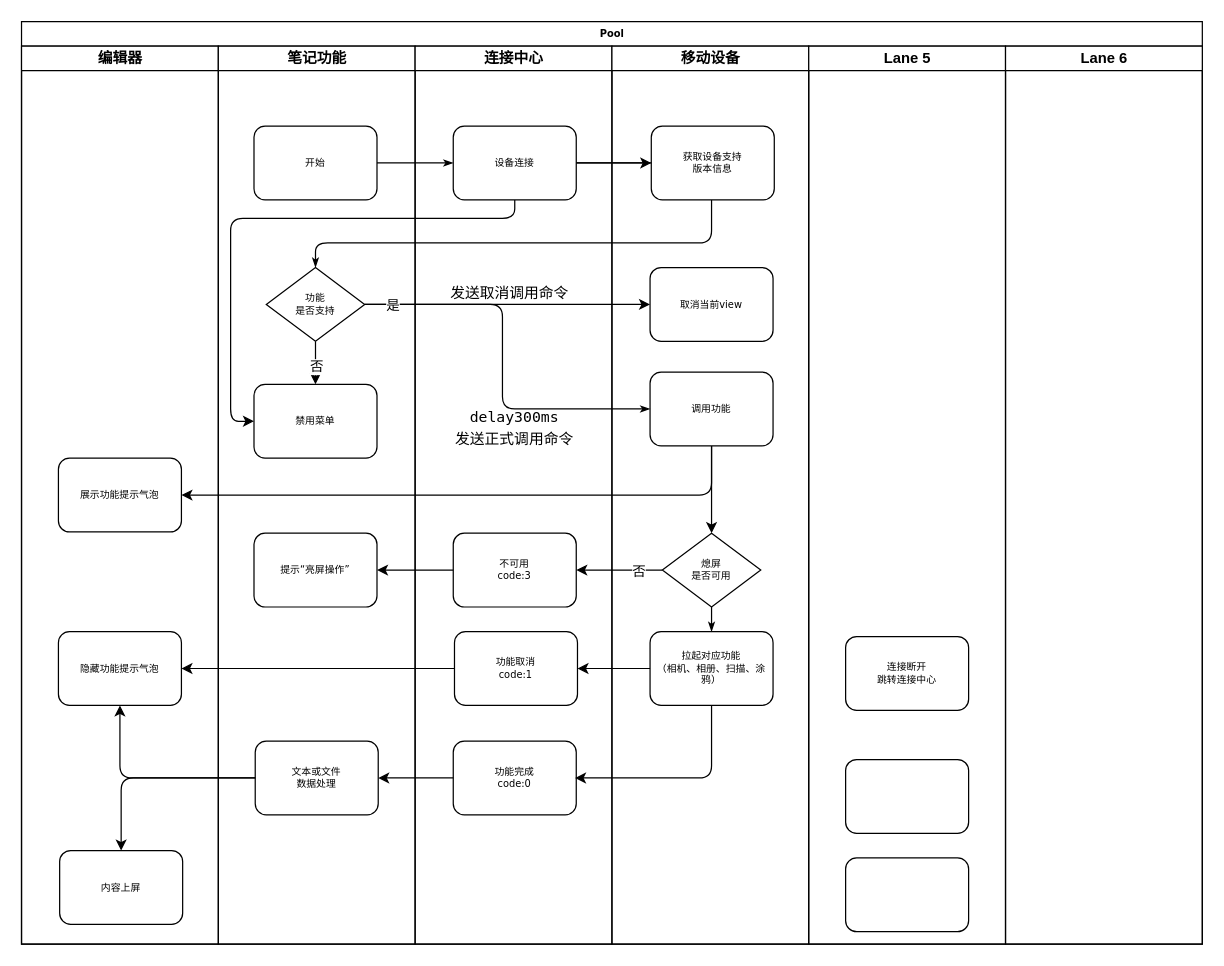
The draw.io diagram 设备调用流程.drawio in FElxy/notes, before the edit. Source tidied: cells renumbered, new cells numbered last; positions are measured from the earlier drawing's top-left corner, leaving out a move shared by most shapes. Both pictures are drawn from the tidied source at 123%, with x=0, y=0 at pixel (21, 21).
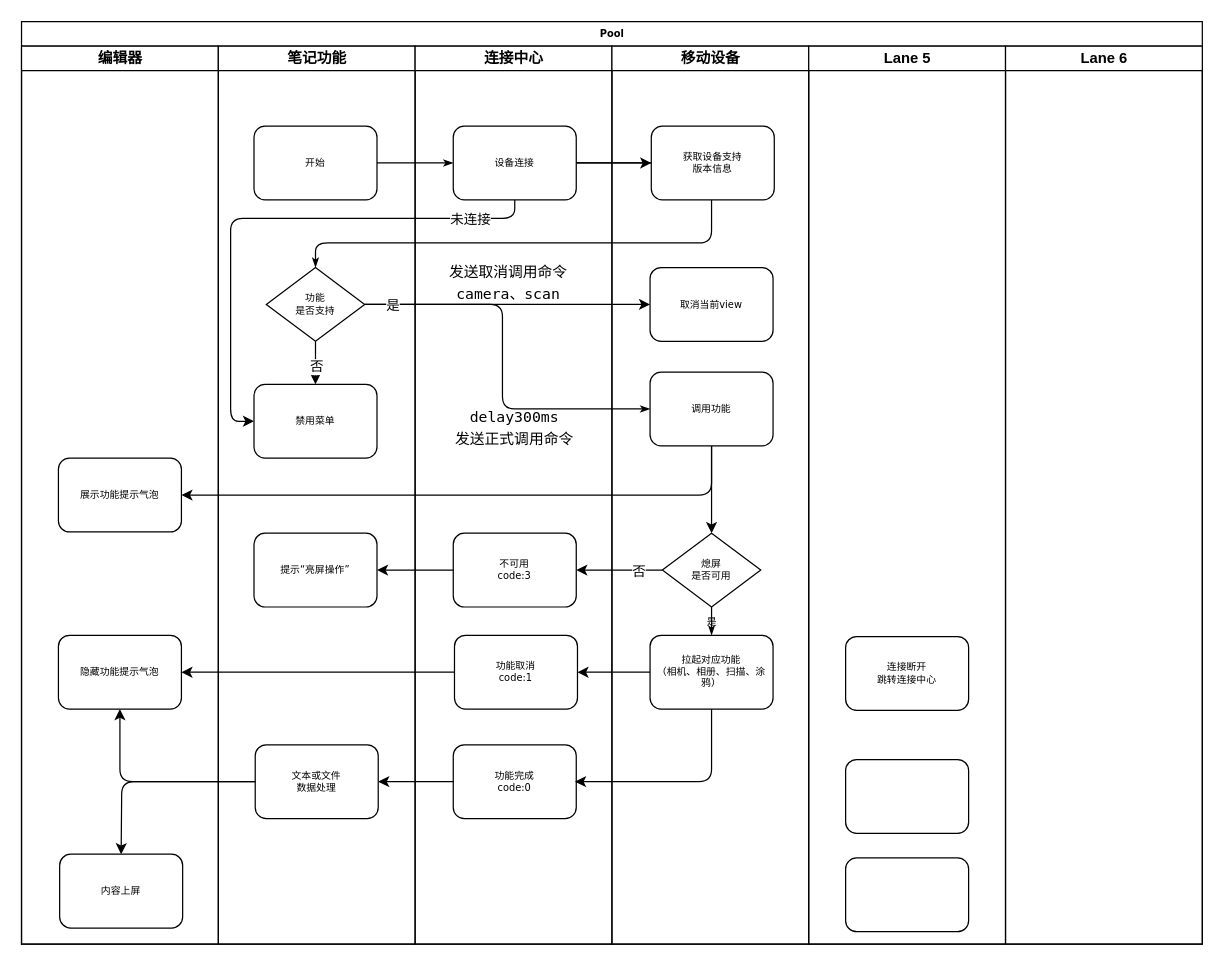
The same diagram, later.

Commit message:
更新设备调用流程.drawio

The change refers to these unchanged cells:
```xml
<mxCell id="2" value="Pool" style="swimlane;html=1;startSize=20;rounded=0;shadow=0;labelBackgroundColor=none;strokeWidth=1;fontFamily=Verdana;fontSize=8;align=center;" parent="1" vertex="1">
  <mxGeometry width="960" height="750" as="geometry" />
</mxCell>
<mxCell id="3" value="编辑器" style="swimlane;html=1;startSize=20;" parent="2" vertex="1">
  <mxGeometry y="20" width="160" height="730" as="geometry" />
</mxCell>
<mxCell id="7" value="笔记功能" style="swimlane;html=1;startSize=20;" parent="2" vertex="1">
  <mxGeometry x="160" y="20" width="160" height="730" as="geometry" />
</mxCell>
<mxCell id="10" value="连接中心" style="swimlane;html=1;startSize=20;" parent="2" vertex="1">
  <mxGeometry x="320" y="20" width="160" height="730" as="geometry" />
</mxCell>
<mxCell id="14" value="移动设备" style="swimlane;html=1;startSize=20;" parent="2" vertex="1">
  <mxGeometry x="480" y="20" width="160" height="730" as="geometry" />
</mxCell>
<mxCell id="29" value="熄屏&lt;br&gt;是否可用" style="rhombus;whiteSpace=wrap;html=1;rounded=0;shadow=0;labelBackgroundColor=none;strokeWidth=1;fontFamily=Verdana;fontSize=8;align=center;" parent="14" vertex="1">
  <mxGeometry x="41" y="396" width="80" height="60" as="geometry" />
</mxCell>
<mxCell id="51" style="edgeStyle=orthogonalEdgeStyle;rounded=1;jettySize=auto;html=1;exitX=0.5;exitY=1;exitDx=0;exitDy=0;" parent="2" edge="1" source="20" target="9">
  <mxGeometry relative="1" as="geometry">
    <Array as="points">
      <mxPoint x="401" y="160" />
      <mxPoint x="170" y="160" />
      <mxPoint x="170" y="325" />
    </Array>
  </mxGeometry>
</mxCell>
```

The edit, as a diff of the source:
```diff
@@
     <mxCell id="5" value="隐藏功能提示气泡" style="rounded=1;whiteSpace=wrap;html=1;shadow=0;labelBackgroundColor=none;strokeWidth=1;fontFamily=Verdana;fontSize=8;align=center;" parent="3" vertex="1">
-      <mxGeometry x="30" y="476" width="100" height="60" as="geometry" />
+      <mxGeometry x="30" y="479" width="100" height="60" as="geometry" />
     </mxCell>
     <mxCell id="6" value="内容上屏" style="rounded=1;whiteSpace=wrap;html=1;shadow=0;labelBackgroundColor=none;strokeWidth=1;fontFamily=Verdana;fontSize=8;align=center;" parent="3" vertex="1">
-      <mxGeometry x="31" y="654" width="100" height="60" as="geometry" />
+      <mxGeometry x="31" y="657" width="100" height="60" as="geometry" />
     </mxCell>
@@
     <mxCell id="8" value="文本或文件&lt;br&gt;数据处理" style="rounded=1;whiteSpace=wrap;html=1;shadow=0;labelBackgroundColor=none;strokeWidth=1;fontFamily=Verdana;fontSize=8;align=center;" parent="7" vertex="1">
-      <mxGeometry x="30" y="565" width="100" height="60" as="geometry" />
+      <mxGeometry x="30" y="568" width="100" height="60" as="geometry" />
     </mxCell>
@@
     <mxCell id="11" value="功能完成&lt;br&gt;code:0" style="rounded=1;whiteSpace=wrap;html=1;shadow=0;labelBackgroundColor=none;strokeWidth=1;fontFamily=Verdana;fontSize=8;align=center;" parent="10" vertex="1">
-      <mxGeometry x="31" y="565" width="100" height="60" as="geometry" />
+      <mxGeometry x="31" y="568" width="100" height="60" as="geometry" />
     </mxCell>
+    <mxCell id="21" value="&lt;div style=&quot;font-family: Menlo, Monaco, &amp;quot;Courier New&amp;quot;, monospace; line-height: 18px;&quot;&gt;&lt;span style=&quot;background-color: rgb(255, 255, 255);&quot;&gt;发送取消调用命令&lt;/span&gt;&lt;/div&gt;&lt;div style=&quot;font-family: Menlo, Monaco, &amp;quot;Courier New&amp;quot;, monospace; line-height: 18px;&quot;&gt;&lt;span style=&quot;background-color: rgb(255, 255, 255);&quot;&gt;camera、scan&lt;/span&gt;&lt;/div&gt;" style="text;html=1;strokeColor=none;fillColor=none;align=center;verticalAlign=middle;whiteSpace=wrap;rounded=0;" parent="10" vertex="1">
+      <mxGeometry x="21" y="177" width="110" height="30" as="geometry" />
+    </mxCell>
@@
-    <mxCell id="13" style="edgeStyle=orthogonalEdgeStyle;rounded=1;jettySize=auto;html=1;exitX=0;exitY=0.5;exitDx=0;exitDy=0;entryX=0.5;entryY=0;entryDx=0;entryDy=0;" parent="2" edge="1" source="8" target="6">
-      <mxGeometry relative="1" as="geometry" />
+    <mxCell id="13" style="edgeStyle=orthogonalEdgeStyle;rounded=1;jettySize=auto;html=1;exitX=0;exitY=0.5;exitDx=0;exitDy=0;entryX=0.5;entryY=0;entryDx=0;entryDy=0;" parent="2" edge="1" source="8">
+      <mxGeometry relative="1" as="geometry">
+        <mxPoint x="81" y="677" as="targetPoint" />
+      </mxGeometry>
     </mxCell>
@@
-    <mxCell id="21" value="&lt;div style=&quot;font-family: Menlo, Monaco, &amp;quot;Courier New&amp;quot;, monospace; line-height: 18px;&quot;&gt;&lt;span style=&quot;background-color: rgb(255, 255, 255);&quot;&gt;发送取消调用命令&lt;/span&gt;&lt;/div&gt;" style="text;html=1;strokeColor=none;fillColor=none;align=center;verticalAlign=middle;whiteSpace=wrap;rounded=0;" parent="14" vertex="1">
-      <mxGeometry x="-138" y="185" width="110" height="30" as="geometry" />
-    </mxCell>
@@
     <mxCell id="24" value="功能取消&lt;br&gt;code:1" style="rounded=1;whiteSpace=wrap;html=1;shadow=0;labelBackgroundColor=none;strokeWidth=1;fontFamily=Verdana;fontSize=8;align=center;" parent="14" vertex="1">
-      <mxGeometry x="-128" y="476" width="100" height="60" as="geometry" />
+      <mxGeometry x="-128" y="479" width="100" height="60" as="geometry" />
     </mxCell>
@@
     <mxCell id="33" value="拉起对应功能&lt;br&gt;（相机、相册、扫描、涂鸦）" style="rounded=1;whiteSpace=wrap;html=1;shadow=0;labelBackgroundColor=none;strokeWidth=1;fontFamily=Verdana;fontSize=8;align=center;" parent="14" vertex="1">
-      <mxGeometry x="31" y="476" width="100" height="60" as="geometry" />
+      <mxGeometry x="31" y="479" width="100" height="60" as="geometry" />
     </mxCell>
-    <mxCell id="34" style="edgeStyle=orthogonalEdgeStyle;rounded=1;html=1;labelBackgroundColor=none;startArrow=none;startFill=0;startSize=5;endArrow=classicThin;endFill=1;endSize=5;jettySize=auto;strokeWidth=1;fontFamily=Verdana;fontSize=8;" parent="14" edge="1" source="29" target="33">
-      <mxGeometry relative="1" as="geometry" />
+    <mxCell id="34" value="是" style="edgeStyle=orthogonalEdgeStyle;rounded=1;html=1;labelBackgroundColor=none;startArrow=none;startFill=0;startSize=5;endArrow=classicThin;endFill=1;endSize=5;jettySize=auto;strokeWidth=1;fontFamily=Verdana;fontSize=8;" parent="14" edge="1" source="29" target="33">
+      <mxGeometry relative="1" as="geometry">
+        <Array as="points">
+          <mxPoint x="81" y="460" />
+          <mxPoint x="81" y="460" />
+        </Array>
+      </mxGeometry>
     </mxCell>
@@
     <mxCell id="47" style="edgeStyle=orthogonalEdgeStyle;rounded=1;jettySize=auto;html=1;exitX=0.5;exitY=1;exitDx=0;exitDy=0;" parent="2" edge="1" source="33">
       <mxGeometry relative="1" as="geometry">
-        <mxPoint x="450" y="615" as="targetPoint" />
+        <mxPoint x="450" y="618" as="targetPoint" />
         <Array as="points">
-          <mxPoint x="561" y="615" />
+          <mxPoint x="561" y="618" />
         </Array>
       </mxGeometry>
     </mxCell>
     <mxCell id="48" style="edgeStyle=orthogonalEdgeStyle;rounded=1;jettySize=auto;html=1;exitX=0;exitY=0.5;exitDx=0;exitDy=0;entryX=0.5;entryY=1;entryDx=0;entryDy=0;" parent="2" edge="1" source="8" target="5">
       <mxGeometry relative="1" as="geometry">
         <Array as="points">
-          <mxPoint x="80" y="615" />
+          <mxPoint x="80" y="618" />
         </Array>
       </mxGeometry>
     </mxCell>
@@
+    <mxCell id="52" value="未连接" style="edgeLabel;html=1;align=center;verticalAlign=middle;" parent="51" vertex="1">
+      <mxGeometry x="-0.76" relative="1" as="geometry" />
+    </mxCell>
```
